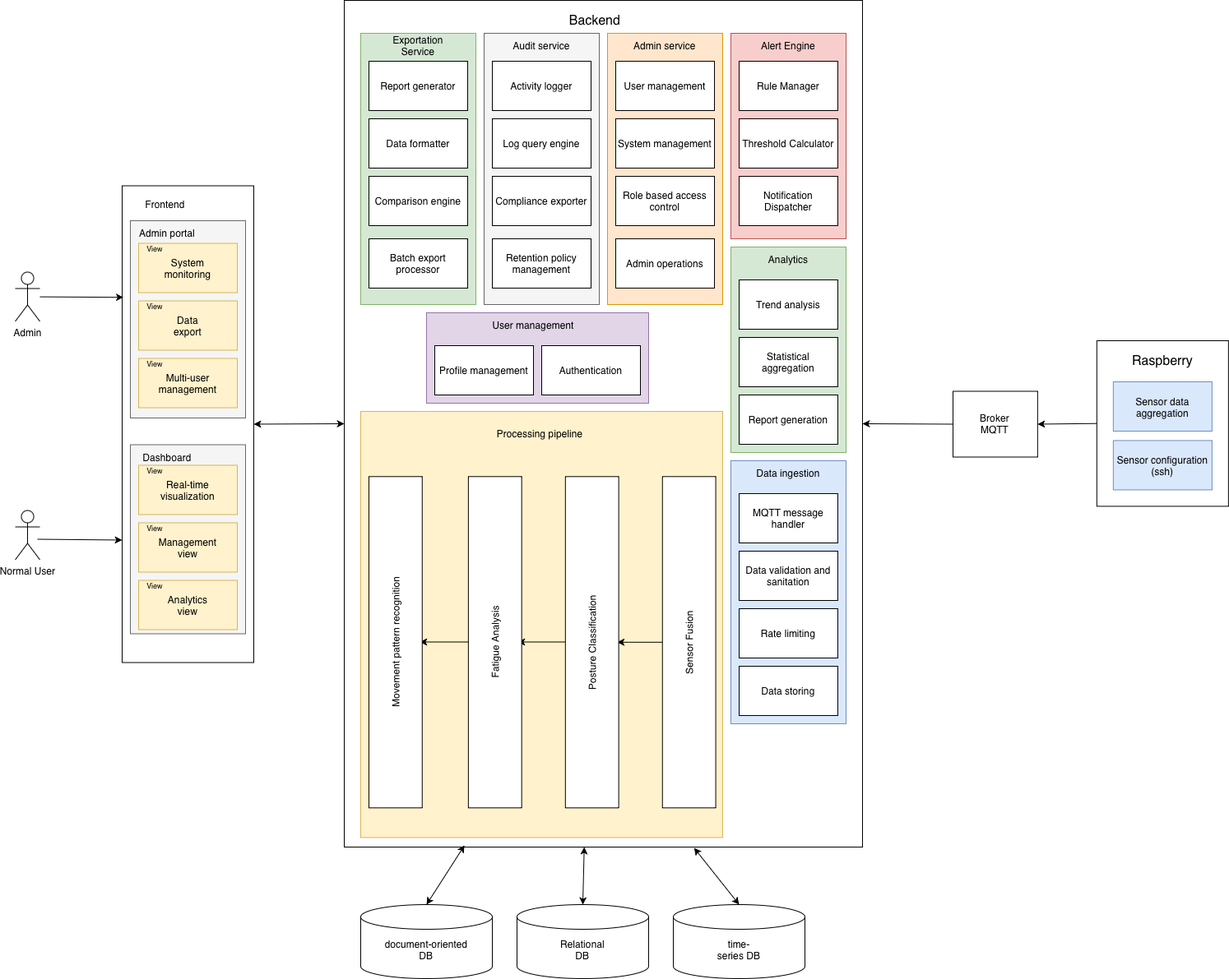
Earlier version of the draw.io export doc/architecture/without_ML.drawio.png (martacruzz/PEI-ironman-suit). Source tidied: cells renumbered, new cells last; positions are measured from the earlier drawing's top-left corner, leaving out a move shared by most shapes.
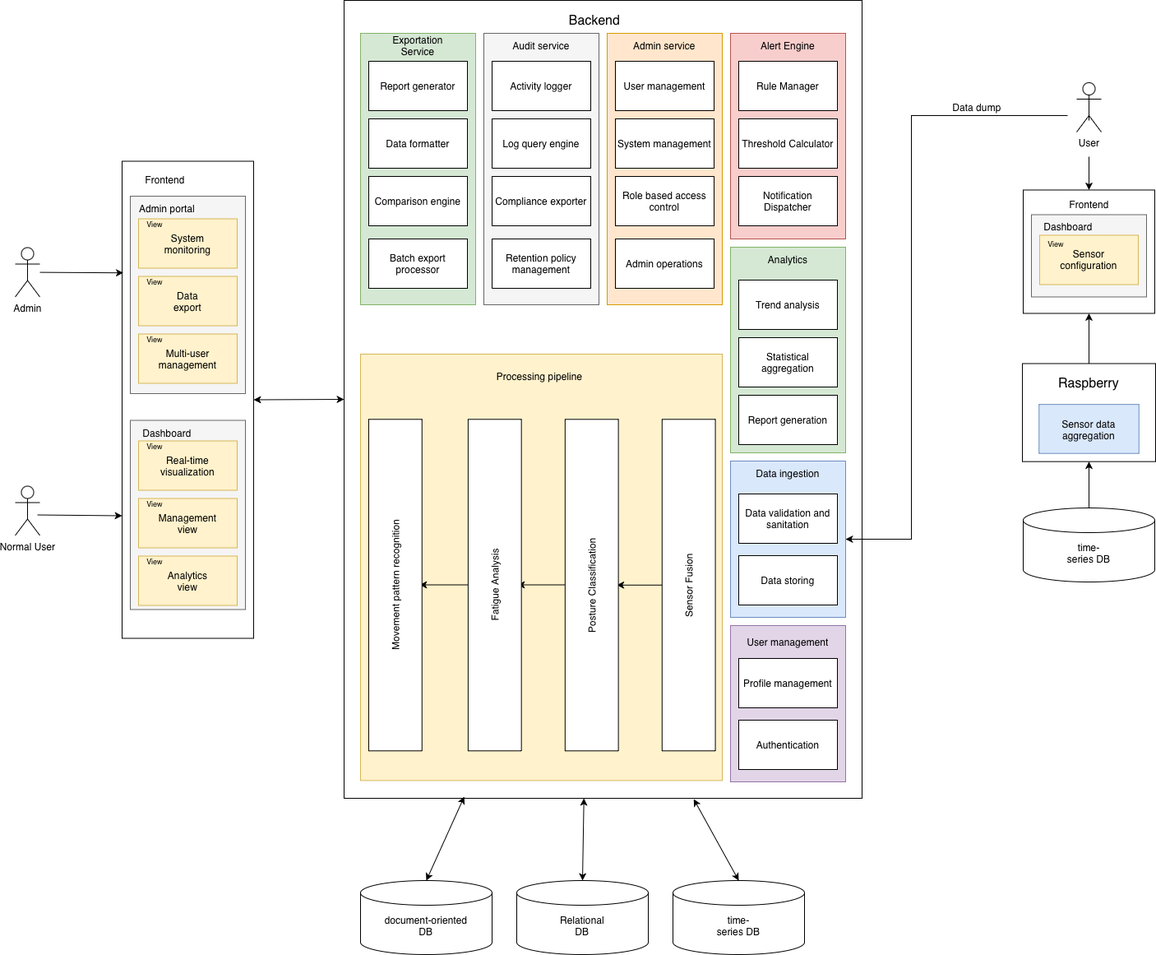
After the change.

The edit, as a diff of the source:
```diff
@@ -9,17 +9,11 @@
       <mxGeometry x="660" y="1140" width="60" height="30" as="geometry" />
     </mxCell>
     <mxCell id="4" style="rounded=0;whiteSpace=wrap;html=1;" parent="1" vertex="1">
-      <mxGeometry x="400" width="630" height="1030" as="geometry" />
+      <mxGeometry x="400" y="30" width="630" height="970" as="geometry" />
     </mxCell>
     <mxCell id="5" value="&lt;font size=&quot;3&quot;&gt;Backend&lt;/font&gt;" style="text;html=1;align=center;verticalAlign=middle;whiteSpace=wrap;rounded=0;" parent="1" vertex="1">
-      <mxGeometry x="625" width="160" height="50" as="geometry" />
+      <mxGeometry x="625" y="30" width="160" height="50" as="geometry" />
     </mxCell>
-    <mxCell id="6" style="endArrow=classic;html=1;rounded=0;exitX=0;exitY=0.5;exitDx=0;exitDy=0;entryX=1;entryY=0.5;entryDx=0;entryDy=0;" parent="1" edge="1" source="51" target="4">
-      <mxGeometry relative="1" as="geometry" />
-    </mxCell>
-    <mxCell id="7" style="endArrow=classic;html=1;rounded=0;entryX=1;entryY=0.5;entryDx=0;entryDy=0;exitX=0;exitY=0.5;exitDx=0;exitDy=0;" parent="1" edge="1" source="117" target="51">
-      <mxGeometry relative="1" as="geometry" />
-    </mxCell>
     <mxCell id="8" style="endArrow=classic;startArrow=classic;html=1;rounded=0;exitX=1;exitY=0.5;exitDx=0;exitDy=0;entryX=0;entryY=0.5;entryDx=0;entryDy=0;" parent="1" edge="1" source="86" target="4">
       <mxGeometry relative="1" as="geometry" />
     </mxCell>
@@ -45,7 +39,7 @@
       <mxGeometry relative="1" as="geometry" />
     </mxCell>
     <mxCell id="16" style="group;" parent="1" vertex="1">
-      <mxGeometry x="870" y="40" width="140" height="250" as="geometry" />
+      <mxGeometry x="870" y="70" width="140" height="250" as="geometry" />
     </mxCell>
     <mxCell id="17" style="group;fillColor=#f8cecc;strokeColor=#b85450;" parent="16" vertex="1">
       <mxGeometry width="140" height="250" as="geometry" />
@@ -81,7 +75,7 @@
       <mxGeometry width="120" height="60" as="geometry" />
     </mxCell>
     <mxCell id="28" style="group;" parent="1" vertex="1">
-      <mxGeometry x="870" y="300" width="140" height="250" as="geometry" />
+      <mxGeometry x="870" y="330" width="140" height="250" as="geometry" />
     </mxCell>
     <mxCell id="29" style="group;fillColor=#d5e8d4;strokeColor=#82b366;" parent="28" vertex="1">
       <mxGeometry width="140" height="250" as="geometry" />
@@ -108,7 +102,7 @@
       <mxGeometry x="10" y="110" width="120" height="60" as="geometry" />
     </mxCell>
     <mxCell id="37" style="group;" parent="1" vertex="1">
-      <mxGeometry x="420" y="500" width="440" height="518.4" as="geometry" />
+      <mxGeometry x="420" y="460" width="440" height="518.4" as="geometry" />
     </mxCell>
     <mxCell id="38" style="rounded=0;whiteSpace=wrap;html=1;rotation=0;fillColor=#fff2cc;strokeColor=#d6b656;" parent="37" vertex="1">
       <mxGeometry width="440" height="518.4" as="geometry" />
@@ -155,14 +149,8 @@
     <mxCell id="50" value="Movement pattern recognition" style="text;html=1;align=center;verticalAlign=middle;whiteSpace=wrap;rounded=0;rotation=-90;" parent="37" vertex="1">
       <mxGeometry x="-77.4" y="250.2" width="239.3" height="61.1" as="geometry" />
     </mxCell>
-    <mxCell id="51" style="rounded=0;whiteSpace=wrap;html=1;" parent="1" vertex="1">
-      <mxGeometry x="1140" y="475.5" width="102.9" height="80" as="geometry" />
-    </mxCell>
-    <mxCell id="52" value="Broker&lt;div&gt;MQTT&lt;/div&gt;" style="text;html=1;align=center;verticalAlign=middle;whiteSpace=wrap;rounded=0;" parent="1" vertex="1">
-      <mxGeometry x="1151.4" y="499.7" width="80" height="30" as="geometry" />
-    </mxCell>
     <mxCell id="53" style="group;" parent="1" vertex="1">
-      <mxGeometry x="720" y="40" width="140" height="330" as="geometry" />
+      <mxGeometry x="720" y="70" width="140" height="330" as="geometry" />
     </mxCell>
     <mxCell id="54" style="group;fillColor=#ffe6cc;strokeColor=#d79b00;" parent="53" vertex="1">
       <mxGeometry width="140" height="330" as="geometry" />
@@ -195,7 +183,7 @@
       <mxGeometry x="10" y="250" width="120" height="60" as="geometry" />
     </mxCell>
     <mxCell id="64" style="group;" parent="1" vertex="1">
-      <mxGeometry x="570" y="40" width="140" height="330" as="geometry" />
+      <mxGeometry x="570" y="70" width="140" height="330" as="geometry" />
     </mxCell>
     <mxCell id="65" style="group;fillColor=#f5f5f5;strokeColor=#666666;fontColor=#333333;" parent="64" vertex="1">
       <mxGeometry width="140" height="330" as="geometry" />
@@ -228,7 +216,7 @@
       <mxGeometry x="10" y="250" width="120" height="60" as="geometry" />
     </mxCell>
     <mxCell id="75" style="group;fillColor=#d5e8d4;strokeColor=#82b366;" parent="1" vertex="1">
-      <mxGeometry x="420" y="40" width="140" height="330" as="geometry" />
+      <mxGeometry x="420" y="70" width="140" height="330" as="geometry" />
     </mxCell>
     <mxCell id="76" style="group;fillColor=#d5e8d4;strokeColor=#82b366;" parent="75" vertex="1">
       <mxGeometry width="140" height="330" as="geometry" />
@@ -353,77 +341,120 @@
         <mxPoint x="130" y="656.5" as="targetPoint" />
       </mxGeometry>
     </mxCell>
-    <mxCell id="116" style="group;" parent="1" vertex="1">
-      <mxGeometry x="1314.9" y="414" width="160" height="201.4" as="geometry" />
-    </mxCell>
+    <mxCell id="123" style="rounded=0;whiteSpace=wrap;html=1;rotation=0;fillColor=#dae8fc;strokeColor=#6c8ebf;" parent="1" vertex="1">
+      <mxGeometry x="870" y="590" width="140" height="190" as="geometry" />
+    </mxCell>
+    <mxCell id="124" value="Data ingestion" style="text;html=1;align=center;verticalAlign=middle;whiteSpace=wrap;rounded=0;" parent="1" vertex="1">
+      <mxGeometry x="890" y="590" width="100" height="30" as="geometry" />
+    </mxCell>
+    <mxCell id="129" style="rounded=0;whiteSpace=wrap;html=1;" parent="1" vertex="1">
+      <mxGeometry x="880" y="630" width="120" height="60" as="geometry" />
+    </mxCell>
+    <mxCell id="130" value="Data validation and sanitation&lt;span style=&quot;caret-color: rgba(0, 0, 0, 0); color: rgba(0, 0, 0, 0); font-family: monospace; font-size: 0px; text-align: start; white-space: nowrap;&quot;&gt;%3CmxGraphModel%3E%3Croot%3E%3CmxCell%20id%3D%220%22%2F%3E%3CmxCell%20id%3D%221%22%20parent%3D%220%22%2F%3E%3CmxCell%20id%3D%222%22%20value%3D%22MQTT%20message%20handler%22%20style%3D%22text%3Bhtml%3D1%3Balign%3Dcenter%3BverticalAlign%3Dmiddle%3BwhiteSpace%3Dwrap%3Brounded%3D0%3B%22%20vertex%3D%221%22%20parent%3D%221%22%3E%3CmxGeometry%20x%3D%221980%22%20y%3D%2250%22%20width%3D%22120%22%20height%3D%2260%22%20as%3D%22geometry%22%2F%3E%3C%2FmxCell%3E%3C%2Froot%3E%3C%2FmxGraphModel%3E&lt;/span&gt;" style="text;html=1;align=center;verticalAlign=middle;whiteSpace=wrap;rounded=0;" parent="1" vertex="1">
+      <mxGeometry x="880" y="630" width="120" height="60" as="geometry" />
+    </mxCell>
+    <mxCell id="131" style="rounded=0;whiteSpace=wrap;html=1;" parent="1" vertex="1">
+      <mxGeometry x="880" y="705" width="120" height="60" as="geometry" />
+    </mxCell>
+    <mxCell id="132" value="Data storing" style="text;html=1;align=center;verticalAlign=middle;whiteSpace=wrap;rounded=0;" parent="1" vertex="1">
+      <mxGeometry x="880" y="704.5" width="120" height="60" as="geometry" />
+    </mxCell>
+    <mxCell id="140" style="group;" parent="1" vertex="1">
+      <mxGeometry x="1225" y="471.5" width="162" height="119.1" as="geometry" />
+    </mxCell>
-    <mxCell id="117" style="rounded=0;whiteSpace=wrap;html=1;" parent="116" vertex="1">
-      <mxGeometry width="160" height="201.4" as="geometry" />
+    <mxCell id="117" style="rounded=0;whiteSpace=wrap;html=1;" parent="140" vertex="1">
+      <mxGeometry width="162" height="119.1" as="geometry" />
     </mxCell>
-    <mxCell id="118" value="&lt;font size=&quot;3&quot;&gt;Raspberry&lt;/font&gt;" style="text;html=1;align=center;verticalAlign=middle;whiteSpace=wrap;rounded=0;" parent="116" vertex="1">
-      <mxGeometry width="160" height="50" as="geometry" />
+    <mxCell id="118" value="&lt;font size=&quot;3&quot;&gt;Raspberry&lt;/font&gt;" style="text;html=1;align=center;verticalAlign=middle;whiteSpace=wrap;rounded=0;" parent="140" vertex="1">
+      <mxGeometry width="162" height="49.6" as="geometry" />
     </mxCell>
-    <mxCell id="119" style="rounded=0;whiteSpace=wrap;html=1;fillColor=#dae8fc;strokeColor=#6c8ebf;" parent="116" vertex="1">
-      <mxGeometry x="20" y="50" width="120" height="60" as="geometry" />
+    <mxCell id="119" style="rounded=0;whiteSpace=wrap;html=1;fillColor=#dae8fc;strokeColor=#6c8ebf;" parent="140" vertex="1">
+      <mxGeometry x="20.2" y="49.6" width="121.5" height="59.6" as="geometry" />
     </mxCell>
-    <mxCell id="120" value="Sensor data aggregation" style="text;html=1;align=center;verticalAlign=middle;whiteSpace=wrap;rounded=0;" parent="116" vertex="1">
-      <mxGeometry x="20" y="50" width="120" height="61.6" as="geometry" />
+    <mxCell id="120" value="Sensor data aggregation" style="text;html=1;align=center;verticalAlign=middle;whiteSpace=wrap;rounded=0;" parent="140" vertex="1">
+      <mxGeometry x="20.2" y="49.6" width="121.5" height="61.2" as="geometry" />
     </mxCell>
-    <mxCell id="121" style="rounded=0;whiteSpace=wrap;html=1;fillColor=#dae8fc;strokeColor=#6c8ebf;" parent="116" vertex="1">
-      <mxGeometry x="20" y="121.4" width="120" height="60" as="geometry" />
-    </mxCell>
-    <mxCell id="122" value="Sensor configuration&lt;div&gt;(ssh)&lt;/div&gt;" style="text;html=1;align=center;verticalAlign=middle;whiteSpace=wrap;rounded=0;" parent="116" vertex="1">
-      <mxGeometry x="20" y="121.4" width="120" height="61.6" as="geometry" />
-    </mxCell>
-    <mxCell id="123" style="rounded=0;whiteSpace=wrap;html=1;rotation=0;fillColor=#dae8fc;strokeColor=#6c8ebf;" parent="1" vertex="1">
-      <mxGeometry x="870" y="560" width="140" height="320" as="geometry" />
-    </mxCell>
-    <mxCell id="124" value="Data ingestion" style="text;html=1;align=center;verticalAlign=middle;whiteSpace=wrap;rounded=0;" parent="1" vertex="1">
-      <mxGeometry x="890" y="560" width="100" height="30" as="geometry" />
-    </mxCell>
-    <mxCell id="125" style="rounded=0;whiteSpace=wrap;html=1;" parent="1" vertex="1">
-      <mxGeometry x="880" y="600" width="120" height="60" as="geometry" />
-    </mxCell>
-    <mxCell id="126" value="MQTT message handler" style="text;html=1;align=center;verticalAlign=middle;whiteSpace=wrap;rounded=0;" parent="1" vertex="1">
-      <mxGeometry x="880" y="600" width="120" height="60" as="geometry" />
-    </mxCell>
-    <mxCell id="127" style="rounded=0;whiteSpace=wrap;html=1;" parent="1" vertex="1">
-      <mxGeometry x="880" y="740" width="120" height="60" as="geometry" />
-    </mxCell>
-    <mxCell id="128" value="Rate limiting" style="text;html=1;align=center;verticalAlign=middle;whiteSpace=wrap;rounded=0;" parent="1" vertex="1">
-      <mxGeometry x="880" y="740" width="120" height="60" as="geometry" />
-    </mxCell>
-    <mxCell id="129" style="rounded=0;whiteSpace=wrap;html=1;" parent="1" vertex="1">
-      <mxGeometry x="880" y="670" width="120" height="60" as="geometry" />
-    </mxCell>
-    <mxCell id="130" value="Data validation and sanitation&lt;span style=&quot;caret-color: rgba(0, 0, 0, 0); color: rgba(0, 0, 0, 0); font-family: monospace; font-size: 0px; text-align: start; white-space: nowrap;&quot;&gt;%3CmxGraphModel%3E%3Croot%3E%3CmxCell%20id%3D%220%22%2F%3E%3CmxCell%20id%3D%221%22%20parent%3D%220%22%2F%3E%3CmxCell%20id%3D%222%22%20value%3D%22MQTT%20message%20handler%22%20style%3D%22text%3Bhtml%3D1%3Balign%3Dcenter%3BverticalAlign%3Dmiddle%3BwhiteSpace%3Dwrap%3Brounded%3D0%3B%22%20vertex%3D%221%22%20parent%3D%221%22%3E%3CmxGeometry%20x%3D%221980%22%20y%3D%2250%22%20width%3D%22120%22%20height%3D%2260%22%20as%3D%22geometry%22%2F%3E%3C%2FmxCell%3E%3C%2Froot%3E%3C%2FmxGraphModel%3E&lt;/span&gt;" style="text;html=1;align=center;verticalAlign=middle;whiteSpace=wrap;rounded=0;" parent="1" vertex="1">
-      <mxGeometry x="880" y="670" width="120" height="60" as="geometry" />
-    </mxCell>
-    <mxCell id="131" style="rounded=0;whiteSpace=wrap;html=1;" parent="1" vertex="1">
-      <mxGeometry x="880" y="810" width="120" height="60" as="geometry" />
-    </mxCell>
-    <mxCell id="132" value="Data storing" style="text;html=1;align=center;verticalAlign=middle;whiteSpace=wrap;rounded=0;" parent="1" vertex="1">
-      <mxGeometry x="880" y="810" width="120" height="60" as="geometry" />
-    </mxCell>
-    <mxCell id="133" style="group;" parent="1" vertex="1">
-      <mxGeometry x="500" y="380" width="270" height="110" as="geometry" />
-    </mxCell>
+    <mxCell id="141" style="group;" parent="1" vertex="1">
+      <mxGeometry x="1226" y="256" width="160" height="154.5" as="geometry" />
+    </mxCell>
+    <mxCell id="142" style="rounded=0;whiteSpace=wrap;html=1;" parent="141" vertex="1">
+      <mxGeometry y="4.5" width="160" height="150" as="geometry" />
+    </mxCell>
+    <mxCell id="143" value="Frontend" style="text;html=1;align=center;verticalAlign=middle;whiteSpace=wrap;rounded=0;" parent="141" vertex="1">
+      <mxGeometry x="27.5" y="4.5" width="105" height="35" as="geometry" />
+    </mxCell>
+    <mxCell id="144" style="rounded=0;whiteSpace=wrap;html=1;fillColor=#f5f5f5;strokeColor=#666666;fontColor=#333333;" parent="141" vertex="1">
+      <mxGeometry x="10" y="34.5" width="140" height="100" as="geometry" />
+    </mxCell>
+    <mxCell id="145" style="group;" parent="141" vertex="1">
+      <mxGeometry x="20" y="59.5" width="120" height="60" as="geometry" />
+    </mxCell>
+    <mxCell id="146" style="rounded=0;whiteSpace=wrap;html=1;fillColor=#fff2cc;strokeColor=#d6b656;" parent="145" vertex="1">
+      <mxGeometry width="120" height="60" as="geometry" />
+    </mxCell>
+    <mxCell id="147" value="Sensor configuration" style="text;html=1;align=center;verticalAlign=middle;whiteSpace=wrap;rounded=0;" parent="145" vertex="1">
+      <mxGeometry x="30" y="15" width="60" height="30" as="geometry" />
+    </mxCell>
+    <mxCell id="148" value="&lt;font style=&quot;font-size: 9px;&quot;&gt;View&lt;/font&gt;" style="text;html=1;align=center;verticalAlign=middle;whiteSpace=wrap;rounded=0;fillColor=none;strokeColor=none;" parent="145" vertex="1">
+      <mxGeometry y="5" width="40" height="10" as="geometry" />
+    </mxCell>
+    <mxCell id="149" value="Dashboard" style="text;html=1;align=center;verticalAlign=middle;whiteSpace=wrap;rounded=0;" parent="141" vertex="1">
+      <mxGeometry x="10" y="34.5" width="90" height="30" as="geometry" />
+    </mxCell>
+    <mxCell id="150" style="shape=cylinder3;whiteSpace=wrap;html=1;boundedLbl=1;backgroundOutline=1;size=15;" parent="1" vertex="1">
+      <mxGeometry x="1226" y="647" width="160" height="90" as="geometry" />
+    </mxCell>
+    <mxCell id="151" value="time-series DB" style="text;html=1;align=center;verticalAlign=middle;whiteSpace=wrap;rounded=0;" parent="1" vertex="1">
+      <mxGeometry x="1276" y="687" width="60" height="30" as="geometry" />
+    </mxCell>
+    <mxCell id="152" style="endArrow=classic;html=1;rounded=0;exitX=0.5;exitY=0;exitDx=0;exitDy=0;exitPerimeter=0;entryX=0.5;entryY=1;entryDx=0;entryDy=0;" parent="1" edge="1" source="150" target="117">
+      <mxGeometry relative="1" as="geometry" />
+    </mxCell>
-    <mxCell id="134" style="rounded=0;whiteSpace=wrap;html=1;rotation=0;fillColor=#e1d5e7;strokeColor=#9673a6;" parent="133" vertex="1">
-      <mxGeometry width="270" height="110" as="geometry" />
+    <mxCell id="134" style="rounded=0;whiteSpace=wrap;html=1;rotation=0;fillColor=#e1d5e7;strokeColor=#9673a6;" parent="1" vertex="1">
+      <mxGeometry x="870" y="790" width="140" height="190" as="geometry" />
     </mxCell>
-    <mxCell id="135" value="User management" style="text;html=1;align=center;verticalAlign=middle;whiteSpace=wrap;rounded=0;" parent="133" vertex="1">
-      <mxGeometry x="60" width="140" height="30" as="geometry" />
+    <mxCell id="135" value="User management" style="text;html=1;align=center;verticalAlign=middle;whiteSpace=wrap;rounded=0;" parent="1" vertex="1">
+      <mxGeometry x="870" y="795" width="140" height="30" as="geometry" />
     </mxCell>
-    <mxCell id="136" style="rounded=0;whiteSpace=wrap;html=1;" parent="133" vertex="1">
-      <mxGeometry x="10" y="40" width="120" height="60" as="geometry" />
+    <mxCell id="136" style="rounded=0;whiteSpace=wrap;html=1;" parent="1" vertex="1">
+      <mxGeometry x="880" y="830" width="120" height="60" as="geometry" />
     </mxCell>
-    <mxCell id="137" value="Profile management" style="text;html=1;align=center;verticalAlign=middle;whiteSpace=wrap;rounded=0;" parent="133" vertex="1">
-      <mxGeometry x="10" y="45" width="120" height="50" as="geometry" />
+    <mxCell id="137" value="Profile management" style="text;html=1;align=center;verticalAlign=middle;whiteSpace=wrap;rounded=0;" parent="1" vertex="1">
+      <mxGeometry x="880" y="835" width="120" height="50" as="geometry" />
     </mxCell>
-    <mxCell id="138" style="rounded=0;whiteSpace=wrap;html=1;" parent="133" vertex="1">
-      <mxGeometry x="140" y="40" width="120" height="60" as="geometry" />
+    <mxCell id="138" style="rounded=0;whiteSpace=wrap;html=1;" parent="1" vertex="1">
+      <mxGeometry x="880" y="905" width="120" height="60" as="geometry" />
     </mxCell>
-    <mxCell id="139" value="Authentication" style="text;html=1;align=center;verticalAlign=middle;whiteSpace=wrap;rounded=0;rotation=0;" parent="133" vertex="1">
-      <mxGeometry x="140" y="45" width="120" height="50" as="geometry" />
+    <mxCell id="139" value="Authentication" style="text;html=1;align=center;verticalAlign=middle;whiteSpace=wrap;rounded=0;rotation=0;" parent="1" vertex="1">
+      <mxGeometry x="880" y="910" width="120" height="50" as="geometry" />
     </mxCell>
+    <mxCell id="153" style="endArrow=classic;html=1;rounded=0;exitX=0.5;exitY=0;exitDx=0;exitDy=0;entryX=0.5;entryY=1;entryDx=0;entryDy=0;" parent="1" edge="1" source="118" target="142">
+      <mxGeometry relative="1" as="geometry" />
+    </mxCell>
+    <mxCell id="154" style="endArrow=classic;html=1;rounded=0;entryX=0.5;entryY=0;entryDx=0;entryDy=0;" parent="1" edge="1" target="142">
+      <mxGeometry relative="1" as="geometry">
+        <mxPoint x="1306" y="220" as="sourcePoint" />
+      </mxGeometry>
+    </mxCell>
+    <mxCell id="155" style="endArrow=classic;html=1;rounded=0;entryX=0.5;entryY=0;entryDx=0;entryDy=0;" parent="1" edge="1" target="156">
+      <mxGeometry relative="1" as="geometry">
+        <mxPoint x="1306" y="176" as="sourcePoint" />
+      </mxGeometry>
+    </mxCell>
+    <mxCell id="156" value="User" style="shape=umlActor;verticalLabelPosition=bottom;verticalAlign=top;html=1;outlineConnect=0;" parent="1" vertex="1">
+      <mxGeometry x="1291" y="130" width="30" height="60" as="geometry" />
+    </mxCell>
+    <mxCell id="157" style="endArrow=classic;html=1;rounded=0;entryX=1;entryY=0.5;entryDx=0;entryDy=0;" parent="1" edge="1" target="123">
+      <mxGeometry relative="1" as="geometry">
+        <mxPoint x="1280" y="170" as="sourcePoint" />
+        <Array as="points">
+          <mxPoint x="1090" y="170" />
+          <mxPoint x="1090" y="685" />
+        </Array>
+      </mxGeometry>
+    </mxCell>
+    <mxCell id="158" value="Data dump" style="text;html=1;whiteSpace=wrap;strokeColor=none;fillColor=none;align=center;verticalAlign=middle;rounded=0;" parent="1" vertex="1">
+      <mxGeometry x="1120" y="145" width="100" height="30" as="geometry" />
+    </mxCell>
   </root>
 </mxGraphModel>
```
